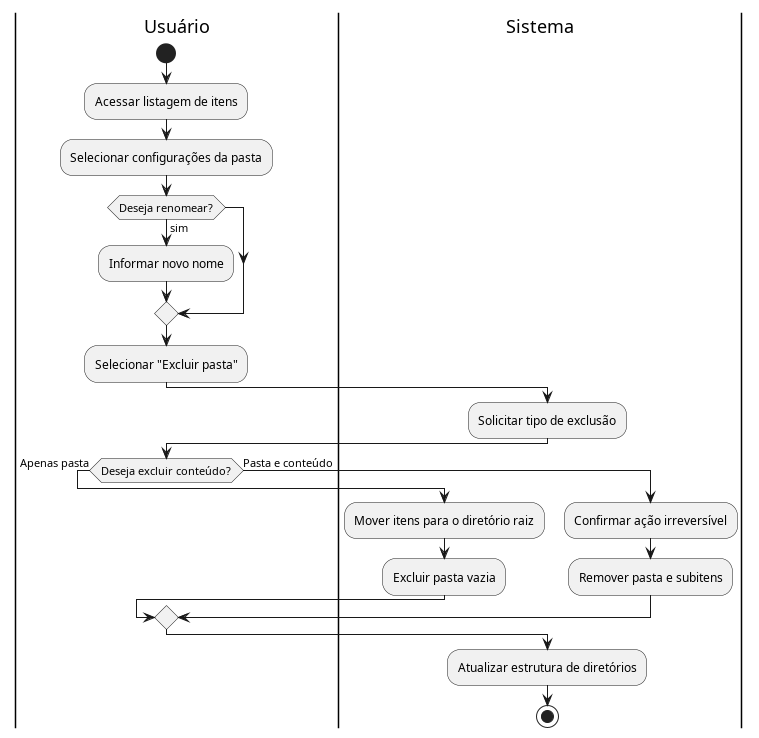
Before: docs/casosUso/imagens/diagramas_atividade/diagrama_UC10.png, a diagram exported from PlantUML (aspiringluke/Projeto-Integrado-Mobile).
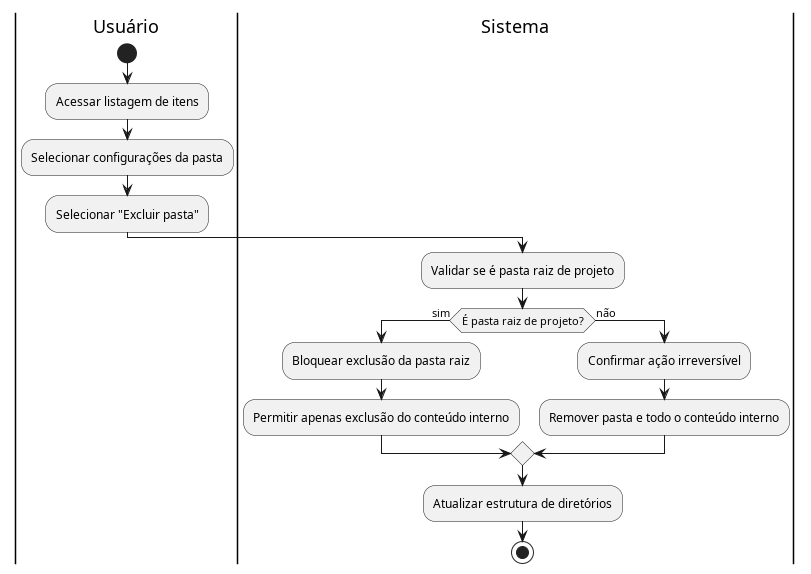
Above is the later version.

What changed in the source:
```diff
@@ -4,23 +4,18 @@
 start
 :Acessar listagem de itens;
 :Selecionar configurações da pasta;
-if (Deseja renomear?) then (sim)
-  :Informar novo nome;
-endif
 :Selecionar "Excluir pasta";
 
 |Sistema|
-:Solicitar tipo de exclusão;
+:Validar se é pasta raiz de projeto;
 
-|Usuário|
-if (Deseja excluir conteúdo?) then (Apenas pasta)
-  |Sistema|
-  :Mover itens para o diretório raiz;
-  :Excluir pasta vazia;
-else (Pasta e conteúdo)
+if (É pasta raiz de projeto?) then (sim)
+  :Bloquear exclusão da pasta raiz;
+  :Permitir apenas exclusão do conteúdo interno;
+else (não)
   |Sistema|
   :Confirmar ação irreversível;
-  :Remover pasta e subitens;
+  :Remover pasta e todo o conteúdo interno;
 endif
 
 :Atualizar estrutura de diretórios;
```
